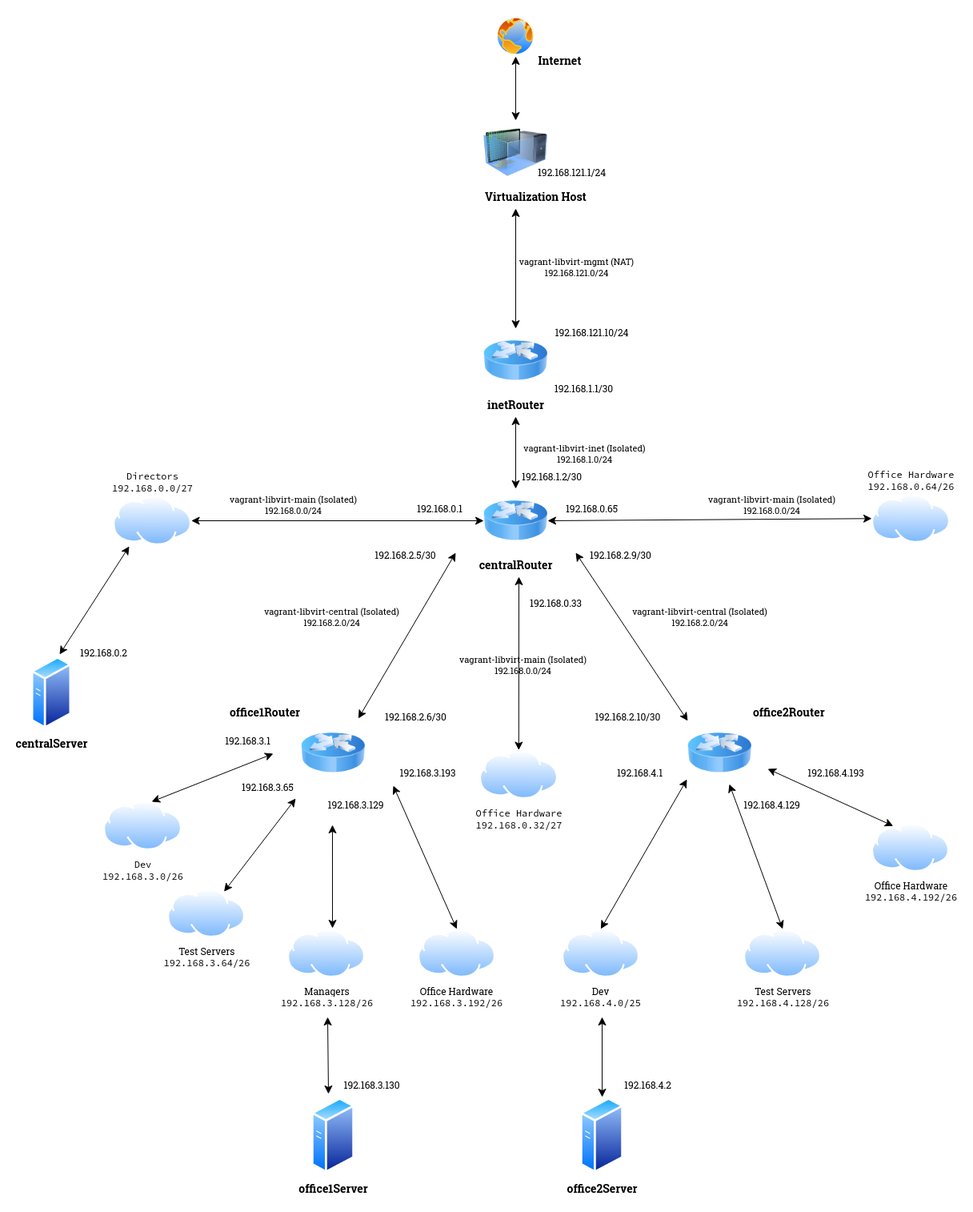
This is MyNetworks.drawio.png from spanishairman/networksdebian, a draw.io export, as it was before one commit. Source tidied: cells renumbered, new cells last; positions are measured from the earlier drawing's top-left corner, leaving out a move shared by most shapes.
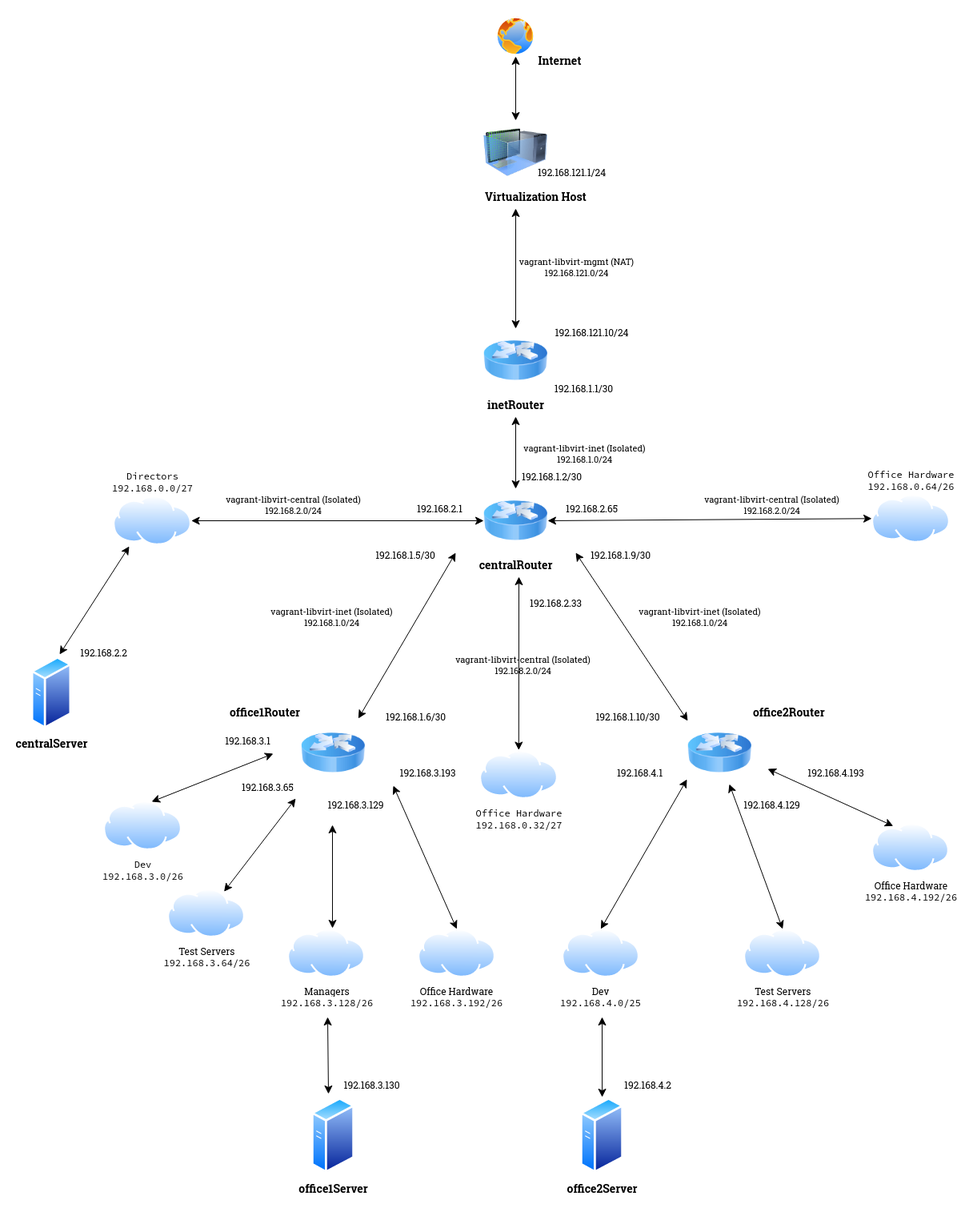
After the commit.

The edit, as a diff of the source:
```diff
@@ -60,7 +60,7 @@
         <mxPoint x="530" y="670" as="targetPoint" />
       </mxGeometry>
     </mxCell>
-    <mxCell id="18" value="&lt;div&gt;vagrant-libvirt-central (Isolated)&lt;/div&gt;&lt;div&gt;192.168.2.0/24&lt;br&gt;&lt;/div&gt;" style="edgeLabel;html=1;align=center;verticalAlign=middle;" parent="17" vertex="1">
+    <mxCell id="18" value="&lt;div&gt;vagrant-libvirt-inet (Isolated)&lt;/div&gt;&lt;div&gt;192.168.1.0/24&lt;br&gt;&lt;/div&gt;" style="edgeLabel;html=1;align=center;verticalAlign=middle;" parent="17" vertex="1">
       <mxGeometry x="-0.12" y="-2" relative="1" as="geometry">
         <mxPoint x="-89" y="-37" as="offset" />
       </mxGeometry>
@@ -70,22 +70,22 @@
         <mxPoint x="680" y="670" as="sourcePoint" />
       </mxGeometry>
     </mxCell>
-    <mxCell id="20" value="&lt;div&gt;vagrant-libvirt-central (Isolated)&lt;/div&gt;&lt;div&gt;192.168.2.0/24&lt;br&gt;&lt;/div&gt;" style="edgeLabel;html=1;align=center;verticalAlign=middle;" parent="19" vertex="1">
+    <mxCell id="20" value="&lt;div&gt;vagrant-libvirt-inet (Isolated)&lt;/div&gt;&lt;div&gt;192.168.1.0/24&lt;br&gt;&lt;/div&gt;" style="edgeLabel;html=1;align=center;verticalAlign=middle;" parent="19" vertex="1">
       <mxGeometry x="0.15" relative="1" as="geometry">
         <mxPoint x="74" y="-41" as="offset" />
       </mxGeometry>
     </mxCell>
-    <mxCell id="21" value="192.168.2.5/30" style="text;html=1;align=center;verticalAlign=middle;strokeColor=none;fillColor=none;" parent="1" vertex="1">
+    <mxCell id="21" value="192.168.1.5/30" style="text;html=1;align=center;verticalAlign=middle;strokeColor=none;fillColor=none;" parent="1" vertex="1">
       <mxGeometry x="417.3" y="658" width="100" height="30" as="geometry" />
     </mxCell>
-    <mxCell id="22" value="192.168.2.9/30" style="text;html=1;align=center;verticalAlign=middle;strokeColor=none;fillColor=none;" parent="1" vertex="1">
+    <mxCell id="22" value="192.168.1.9/30" style="text;html=1;align=center;verticalAlign=middle;strokeColor=none;fillColor=none;" parent="1" vertex="1">
       <mxGeometry x="686.1" y="658" width="100" height="30" as="geometry" />
     </mxCell>
-    <mxCell id="23" value="192.168.2.6/30" style="text;html=1;align=center;verticalAlign=middle;strokeColor=none;fillColor=none;" parent="1" vertex="1">
+    <mxCell id="23" value="192.168.1.6/30" style="text;html=1;align=center;verticalAlign=middle;strokeColor=none;fillColor=none;" parent="1" vertex="1">
       <mxGeometry x="430" y="860" width="100" height="30" as="geometry" />
     </mxCell>
-    <mxCell id="24" value="192.168.2.10/30" style="text;html=1;align=center;verticalAlign=middle;strokeColor=none;fillColor=none;" parent="1" vertex="1">
-      <mxGeometry x="690" y="860" width="110" height="30" as="geometry" />
+    <mxCell id="24" value="192.168.1.10/30" style="text;html=1;align=center;verticalAlign=middle;strokeColor=none;fillColor=none;" parent="1" vertex="1">
+      <mxGeometry x="695" y="860" width="100" height="30" as="geometry" />
     </mxCell>
     <mxCell id="25" value="&lt;div&gt;&lt;span style=&quot;font-family:monospace&quot;&gt;&lt;span style=&quot;color:#000000;background-color:#ffffff;&quot;&gt;Dev&lt;br&gt;&lt;/span&gt;&lt;/span&gt;&lt;/div&gt;&lt;div&gt;&lt;span style=&quot;font-family:monospace&quot;&gt;&lt;span style=&quot;color:#000000;background-color:#ffffff;&quot;&gt;192.168.3.0/26&lt;/span&gt;&lt;/span&gt;&lt;/div&gt;&lt;div&gt;&lt;span style=&quot;font-family:monospace&quot;&gt;&lt;/span&gt;&lt;/div&gt;" style="image;perimeter=ellipsePerimeter;html=1;align=center;shadow=0;dashed=0;spacingTop=3;image=img/lib/active_directory/internet_cloud.svg;" parent="1" vertex="1">
       <mxGeometry x="90" y="980" width="97.6" height="61.5" as="geometry" />
@@ -199,22 +199,22 @@
         <mxPoint x="609" y="700" as="targetPoint" />
       </mxGeometry>
     </mxCell>
-    <mxCell id="59" value="&lt;div style=&quot;font-size: 11px;&quot;&gt;vagrant-libvirt-main (Isolated)&lt;/div&gt;&lt;div style=&quot;font-size: 11px;&quot;&gt;192.168.0.0/24&lt;br style=&quot;font-size: 11px;&quot;&gt;&lt;/div&gt;" style="text;html=1;align=center;verticalAlign=middle;strokeColor=none;fillColor=none;fontSize=11;" parent="1" vertex="1">
-      <mxGeometry x="237.3" y="590" width="180" height="40" as="geometry" />
+    <mxCell id="59" value="&lt;div style=&quot;font-size: 11px;&quot;&gt;vagrant-libvirt-central (Isolated)&lt;/div&gt;&lt;div style=&quot;font-size: 11px;&quot;&gt;192.168.2.0/24&lt;br style=&quot;font-size: 11px;&quot;&gt;&lt;/div&gt;" style="text;html=1;align=center;verticalAlign=middle;strokeColor=none;fillColor=none;fontSize=11;" parent="1" vertex="1">
+      <mxGeometry x="232.3" y="590" width="190" height="40" as="geometry" />
     </mxCell>
-    <mxCell id="60" value="&lt;div style=&quot;font-size: 11px;&quot;&gt;vagrant-libvirt-main (Isolated)&lt;/div&gt;&lt;div style=&quot;font-size: 11px;&quot;&gt;192.168.0.0/24&lt;br style=&quot;font-size: 11px;&quot;&gt;&lt;/div&gt;" style="text;html=1;align=center;verticalAlign=middle;strokeColor=none;fillColor=none;fontSize=11;" parent="1" vertex="1">
-      <mxGeometry x="835" y="590" width="180" height="40" as="geometry" />
+    <mxCell id="60" value="&lt;div style=&quot;font-size: 11px;&quot;&gt;vagrant-libvirt-central (Isolated)&lt;/div&gt;&lt;div style=&quot;font-size: 11px;&quot;&gt;192.168.2.0/24&lt;br style=&quot;font-size: 11px;&quot;&gt;&lt;/div&gt;" style="text;html=1;align=center;verticalAlign=middle;strokeColor=none;fillColor=none;fontSize=11;" parent="1" vertex="1">
+      <mxGeometry x="830" y="590" width="190" height="40" as="geometry" />
     </mxCell>
-    <mxCell id="61" value="&lt;div style=&quot;font-size: 11px;&quot;&gt;vagrant-libvirt-main (Isolated)&lt;/div&gt;&lt;div style=&quot;font-size: 11px;&quot;&gt;192.168.0.0/24&lt;br style=&quot;font-size: 11px;&quot;&gt;&lt;/div&gt;" style="text;html=1;align=center;verticalAlign=middle;strokeColor=none;fillColor=none;fontSize=11;" parent="1" vertex="1">
-      <mxGeometry x="524" y="790" width="180" height="40" as="geometry" />
+    <mxCell id="61" value="&lt;div style=&quot;font-size: 11px;&quot;&gt;vagrant-libvirt-central (Isolated)&lt;/div&gt;&lt;div style=&quot;font-size: 11px;&quot;&gt;192.168.2.0/24&lt;br style=&quot;font-size: 11px;&quot;&gt;&lt;/div&gt;" style="text;html=1;align=center;verticalAlign=middle;strokeColor=none;fillColor=none;fontSize=11;" parent="1" vertex="1">
+      <mxGeometry x="519" y="790" width="190" height="40" as="geometry" />
     </mxCell>
-    <mxCell id="62" value="192.168.0.1" style="text;html=1;align=center;verticalAlign=middle;strokeColor=none;fillColor=none;" parent="1" vertex="1">
+    <mxCell id="62" value="192.168.2.1" style="text;html=1;align=center;verticalAlign=middle;strokeColor=none;fillColor=none;" parent="1" vertex="1">
       <mxGeometry x="470" y="600" width="80" height="30" as="geometry" />
     </mxCell>
-    <mxCell id="63" value="192.168.0.33" style="text;html=1;align=center;verticalAlign=middle;strokeColor=none;fillColor=none;" parent="1" vertex="1">
+    <mxCell id="63" value="192.168.2.33" style="text;html=1;align=center;verticalAlign=middle;strokeColor=none;fillColor=none;" parent="1" vertex="1">
       <mxGeometry x="610" y="718" width="90" height="30" as="geometry" />
     </mxCell>
-    <mxCell id="64" value="192.168.0.65" style="text;html=1;align=center;verticalAlign=middle;strokeColor=none;fillColor=none;" parent="1" vertex="1">
+    <mxCell id="64" value="192.168.2.65" style="text;html=1;align=center;verticalAlign=middle;strokeColor=none;fillColor=none;" parent="1" vertex="1">
       <mxGeometry x="655" y="600" width="90" height="30" as="geometry" />
     </mxCell>
     <mxCell id="65" value="&lt;font style=&quot;font-size: 14px;&quot;&gt;&lt;b&gt;centralServer&lt;/b&gt;&lt;/font&gt;" style="image;perimeter=ellipsePerimeter;html=1;align=center;shadow=0;dashed=0;spacingTop=3;image=img/lib/active_directory/generic_server.svg;" parent="1" vertex="1">
@@ -223,7 +223,7 @@
     <mxCell id="66" style="edgeStyle=none;jettySize=auto;html=1;endArrow=classic;startArrow=classic;endSize=8;startSize=8;rounded=0;entryX=0.205;entryY=1.02;entryDx=0;entryDy=0;entryPerimeter=0;exitX=0.694;exitY=-0.033;exitDx=0;exitDy=0;exitPerimeter=0;" parent="1" edge="1" source="65" target="53">
       <mxGeometry relative="1" as="geometry" />
     </mxCell>
-    <mxCell id="67" value="192.168.0.2" style="text;html=1;align=center;verticalAlign=middle;strokeColor=none;fillColor=none;" parent="1" vertex="1">
+    <mxCell id="67" value="192.168.2.2" style="text;html=1;align=center;verticalAlign=middle;strokeColor=none;fillColor=none;" parent="1" vertex="1">
       <mxGeometry x="50.4" y="780" width="80" height="30" as="geometry" />
     </mxCell>
   </root>
```
